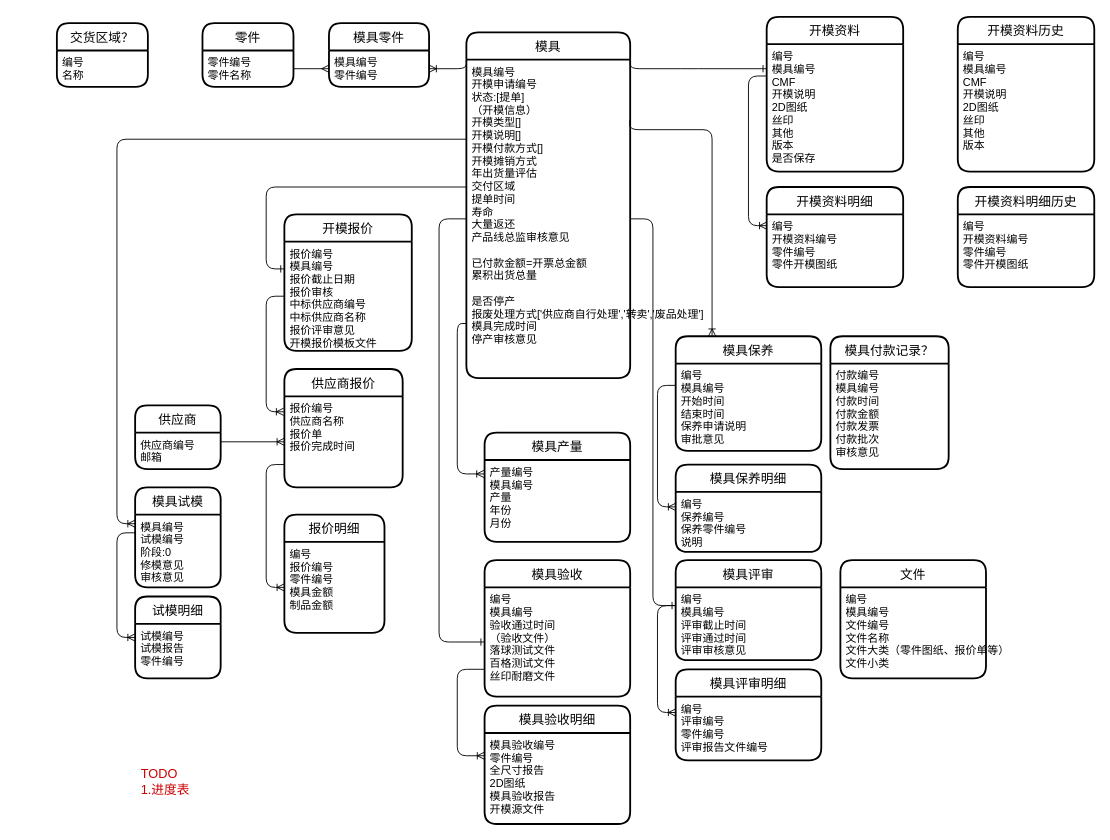
Above: MMS/MMS.drawio in waterwatermelon/graph (draw.io), before the change. Source tidied: cells renumbered, new cells numbered last; positions are measured from the earlier drawing's top-left corner, leaving out a move shared by most shapes. Both pictures are drawn from the tidied source at 91%, with x=0, y=0 at pixel (56, 16).
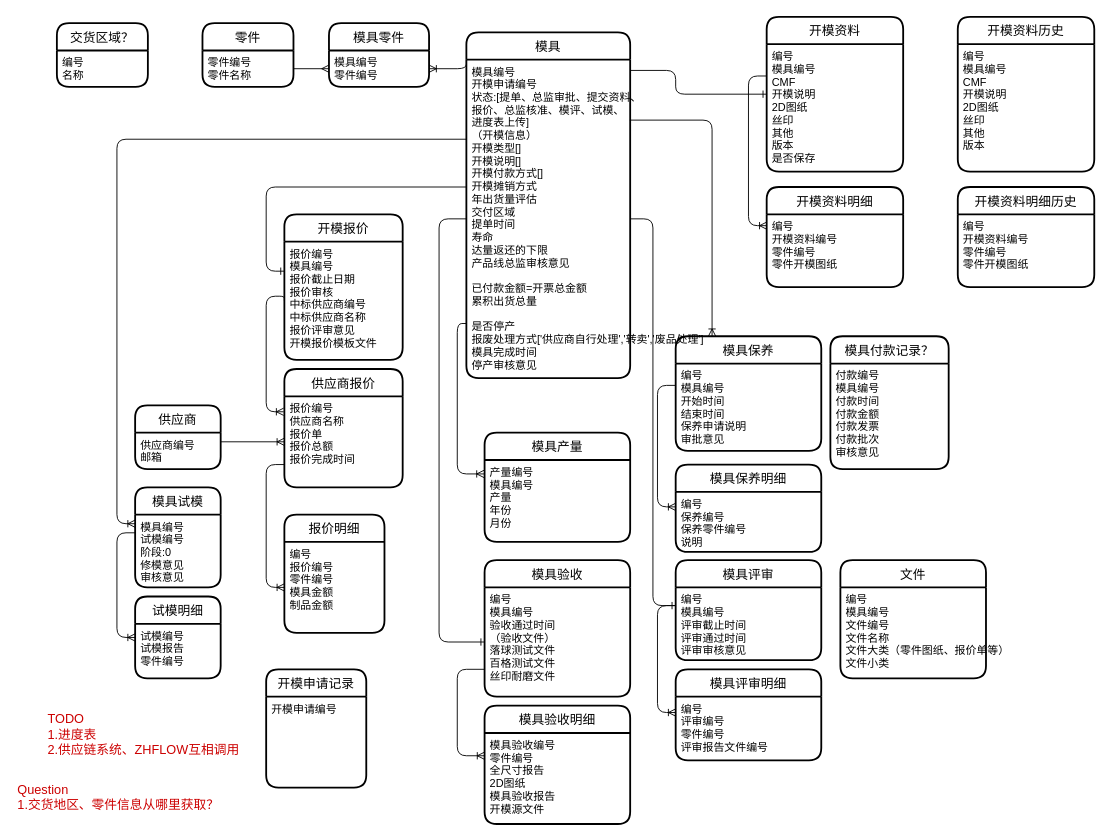
The same diagram, later.

The change refers to these unchanged cells:
```xml
<mxCell id="20" value="编号&#10;评审编号&#10;零件编号&#10;评审报告文件编号&#10;" style="align=left;strokeColor=none;fillColor=none;spacingLeft=4;fontSize=12;verticalAlign=top;" parent="19" vertex="1">
  <mxGeometry y="30" width="160" height="70" as="geometry" />
</mxCell>
<mxCell id="22" value="开模资料" style="swimlane;horizontal=1;startSize=30;rounded=1;fontSize=14;fontStyle=0;strokeWidth=2;shadow=0;dashed=0;align=center;" parent="1" vertex="1">
  <mxGeometry x="780" width="150" height="170" as="geometry" />
</mxCell>
<mxCell id="26" value="模具保养" style="swimlane;horizontal=1;startSize=30;rounded=1;fontSize=14;fontStyle=0;strokeWidth=2;shadow=0;dashed=0;align=center;" parent="1" vertex="1">
  <mxGeometry x="680" y="351" width="160" height="126" as="geometry" />
</mxCell>
<mxCell id="36" value="模具" style="swimlane;horizontal=1;startSize=30;rounded=1;fontSize=14;fontStyle=0;strokeWidth=2;shadow=0;dashed=0;align=center;" parent="1" vertex="1">
  <mxGeometry x="450" y="17" width="180" height="380" as="geometry" />
</mxCell>
<mxCell id="43" value="供应商报价" style="swimlane;horizontal=1;startSize=30;rounded=1;fontSize=14;fontStyle=0;strokeWidth=2;shadow=0;dashed=0;align=center;" parent="1" vertex="1">
  <mxGeometry x="250" y="387" width="130" height="130" as="geometry" />
</mxCell>
<mxCell id="62" value="编号&#10;模具编号&#10;评审截止时间&#10;评审通过时间&#10;评审审核意见&#10;" style="align=left;strokeColor=none;fillColor=none;spacingLeft=4;fontSize=12;verticalAlign=top;" parent="61" vertex="1">
  <mxGeometry y="30" width="160" height="80" as="geometry" />
</mxCell>
```

The edit, as a diff of the source:
```diff
@@
     <mxCell id="3" value="开模报价" style="swimlane;horizontal=1;startSize=30;rounded=1;fontSize=14;fontStyle=0;strokeWidth=2;shadow=0;dashed=0;align=center;" parent="1" vertex="1">
-      <mxGeometry x="250" y="217" width="140" height="150" as="geometry" />
+      <mxGeometry x="250" y="217" width="130" height="160" as="geometry" />
     </mxCell>
     <mxCell id="4" value="报价编号&#10;模具编号&#10;报价截止日期&#10;报价审核&#10;中标供应商编号&#10;中标供应商名称&#10;报价评审意见&#10;开模报价模板文件" style="align=left;strokeColor=none;fillColor=none;spacingLeft=4;fontSize=12;verticalAlign=top;" parent="3" vertex="1">
-      <mxGeometry y="30" width="140" height="120" as="geometry" />
+      <mxGeometry y="30" width="130" height="130" as="geometry" />
     </mxCell>
@@
     <mxCell id="7" style="edgeStyle=orthogonalEdgeStyle;rounded=1;jettySize=auto;html=1;exitX=0.998;exitY=0.19;exitDx=0;exitDy=0;startArrow=none;startFill=0;endArrow=ERoneToMany;endFill=0;strokeColor=#000000;exitPerimeter=0;entryX=0.25;entryY=0;entryDx=0;entryDy=0;" parent="1" edge="1" source="37" target="26">
       <mxGeometry relative="1" as="geometry">
         <Array as="points">
-          <mxPoint x="720" y="124" />
+          <mxPoint x="720" y="113" />
         </Array>
       </mxGeometry>
     </mxCell>
@@
     <mxCell id="15" style="edgeStyle=orthogonalEdgeStyle;rounded=1;jettySize=auto;html=1;exitX=0;exitY=0.25;exitDx=0;exitDy=0;entryX=0;entryY=0.25;entryDx=0;entryDy=0;startArrow=none;startFill=0;endArrow=ERoneToMany;endFill=0;strokeColor=#000000;fontColor=#BBBBBB;" parent="1" edge="1" source="62" target="20">
-      <mxGeometry relative="1" as="geometry" />
+      <mxGeometry relative="1" as="geometry">
+        <Array as="points">
+          <mxPoint x="660" y="647" />
+          <mxPoint x="660" y="765" />
+        </Array>
+      </mxGeometry>
     </mxCell>
@@
-    <mxCell id="21" style="edgeStyle=orthogonalEdgeStyle;rounded=1;jettySize=auto;html=1;exitX=1;exitY=0;exitDx=0;exitDy=0;startArrow=none;startFill=0;endArrow=ERone;endFill=0;strokeColor=#000000;fontColor=#BBBBBB;" parent="1" edge="1" source="37" target="22">
+    <mxCell id="21" style="edgeStyle=orthogonalEdgeStyle;rounded=1;jettySize=auto;html=1;startArrow=none;startFill=0;endArrow=ERone;endFill=0;strokeColor=#000000;fontColor=#BBBBBB;exitX=1;exitY=0.034;exitDx=0;exitDy=0;exitPerimeter=0;" parent="1" edge="1" source="37" target="22">
       <mxGeometry relative="1" as="geometry">
         <Array as="points">
-          <mxPoint x="695" y="57" />
-          <mxPoint x="695" y="57" />
+          <mxPoint x="680" y="59" />
+          <mxPoint x="680" y="85" />
         </Array>
       </mxGeometry>
     </mxCell>
@@
-    <mxCell id="37" value="模具编号&#10;开模申请编号&#10;状态:[提单]&#10;（开模信息）&#10;开模类型[]&#10;开模说明[]&#10;开模付款方式[]&#10;开模摊销方式&#10;年出货量评估&#10;交付区域&#10;提单时间&#10;寿命&#10;大量返还&#10;产品线总监审核意见&#10;&#10;已付款金额=开票总金额&#10;累积出货总量&#10;&#10;是否停产&#10;报废处理方式['供应商自行处理','转卖','废品处理']&#10;模具完成时间&#10;停产审核意见" style="align=left;strokeColor=none;fillColor=none;spacingLeft=4;fontSize=12;verticalAlign=top;" parent="36" vertex="1">
+    <mxCell id="37" value="模具编号&#10;开模申请编号&#10;状态:[提单、总监审批、提交资料、&#10;报价、总监核准、模评、试模、&#10;进度表上传]&#10;（开模信息）&#10;开模类型[]&#10;开模说明[]&#10;开模付款方式[]&#10;开模摊销方式&#10;年出货量评估&#10;交付区域&#10;提单时间&#10;寿命&#10;达量返还的下限&#10;产品线总监审核意见&#10;&#10;已付款金额=开票总金额&#10;累积出货总量&#10;&#10;是否停产&#10;报废处理方式['供应商自行处理','转卖','废品处理']&#10;模具完成时间&#10;停产审核意见" style="align=left;strokeColor=none;fillColor=none;spacingLeft=4;fontSize=12;verticalAlign=top;" parent="36" vertex="1">
       <mxGeometry y="30" width="180" height="350" as="geometry" />
     </mxCell>
@@
-    <mxCell id="44" value="报价编号&#10;供应商名称&#10;报价单&#10;报价完成时间" style="align=left;strokeColor=none;fillColor=none;spacingLeft=4;fontSize=12;verticalAlign=top;" parent="43" vertex="1">
+    <mxCell id="44" value="报价编号&#10;供应商名称&#10;报价单&#10;报价总额&#10;报价完成时间" style="align=left;strokeColor=none;fillColor=none;spacingLeft=4;fontSize=12;verticalAlign=top;" parent="43" vertex="1">
       <mxGeometry y="30" width="130" height="100" as="geometry" />
     </mxCell>
@@
-    <mxCell id="65" value="&lt;div style=&quot;text-align: left&quot;&gt;&lt;span style=&quot;color: rgb(204 , 0 , 0)&quot;&gt;TODO&lt;/span&gt;&lt;/div&gt;&lt;font color=&quot;#cc0000&quot;&gt;&lt;div style=&quot;text-align: left&quot;&gt;&lt;span&gt;1.进度表&lt;/span&gt;&lt;/div&gt;&lt;/font&gt;" style="text;html=1;align=center;verticalAlign=middle;fontSize=14;fontColor=#BBBBBB;" parent="1" vertex="1">
-      <mxGeometry x="84" y="820" width="70" height="40" as="geometry" />
+    <mxCell id="65" value="&lt;div style=&quot;text-align: left&quot;&gt;&lt;span style=&quot;color: rgb(204 , 0 , 0)&quot;&gt;TODO&lt;/span&gt;&lt;/div&gt;&lt;font color=&quot;#cc0000&quot;&gt;&lt;div style=&quot;text-align: left&quot;&gt;&lt;span&gt;1.进度表&lt;/span&gt;&lt;/div&gt;&lt;div style=&quot;text-align: left&quot;&gt;&lt;span&gt;2.供应链系统、ZHFLOW互相调用&lt;/span&gt;&lt;/div&gt;&lt;div style=&quot;text-align: left&quot;&gt;&lt;span&gt;&lt;br&gt;&lt;/span&gt;&lt;/div&gt;&lt;/font&gt;" style="text;html=1;align=center;verticalAlign=middle;fontSize=14;fontColor=#BBBBBB;" parent="1" vertex="1">
+      <mxGeometry x="-20" y="762" width="230" height="70" as="geometry" />
     </mxCell>
+    <mxCell id="66" value="开模申请记录" style="swimlane;horizontal=1;startSize=30;rounded=1;fontSize=14;fontStyle=0;strokeWidth=2;shadow=0;dashed=0;align=center;" parent="1" vertex="1">
+      <mxGeometry x="230" y="717" width="110" height="130" as="geometry" />
+    </mxCell>
+    <mxCell id="67" value="开模申请编号&#10;" style="align=left;strokeColor=none;fillColor=none;spacingLeft=4;fontSize=12;verticalAlign=top;" parent="66" vertex="1">
+      <mxGeometry y="30" width="110" height="100" as="geometry" />
+    </mxCell>
+    <mxCell id="68" value="&lt;font color=&quot;#cc0000&quot;&gt;Question&lt;br&gt;&lt;div&gt;&lt;span&gt;1.交货地区、零件信息从哪里获取？&lt;/span&gt;&lt;/div&gt;&lt;/font&gt;" style="text;html=1;align=left;verticalAlign=middle;fontSize=14;fontColor=#BBBBBB;" parent="1" vertex="1">
+      <mxGeometry x="-45" y="837" width="240" height="40" as="geometry" />
+    </mxCell>
```
